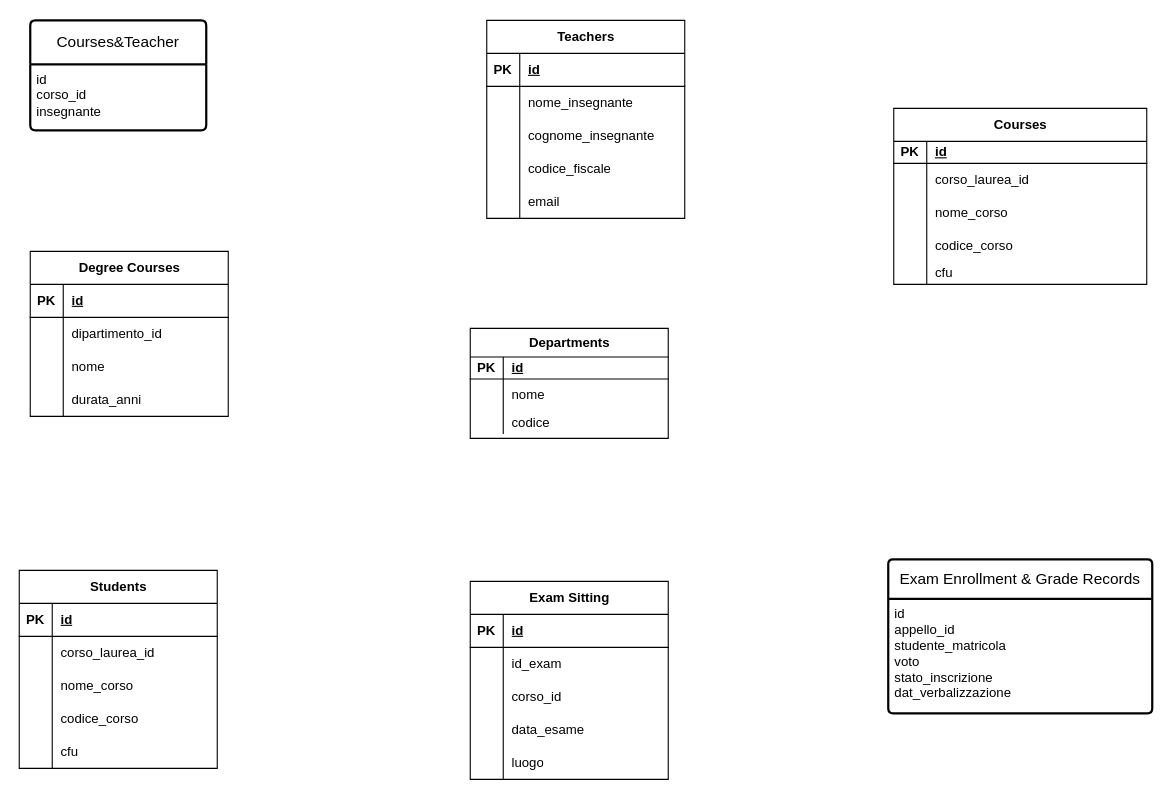
This is ER.drawio from GianniVita/db-university, a draw.io file, before an edit. Source tidied: cells renumbered, new cells numbered last; positions are measured from the earlier drawing's top-left corner, leaving out a move shared by most shapes. Both pictures are drawn from the tidied source at 110%, with x=0, y=0 at pixel (19, 20).
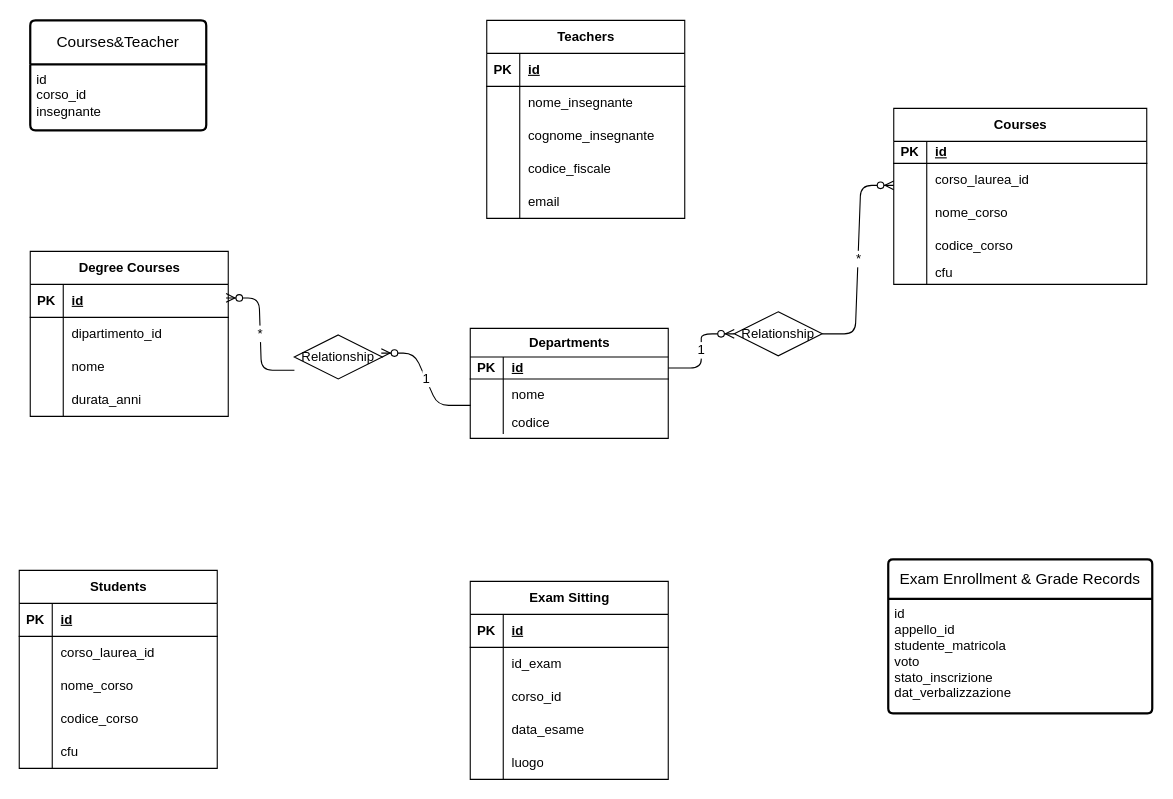
Above is the later version.

Commit message:
add relationships to ER diagram for improved database structure

Unchanged cells that the change refers to:
```xml
<mxCell id="3" style="shape=tableRow;horizontal=0;startSize=0;swimlaneHead=0;swimlaneBody=0;fillColor=none;points=[[0,0.5],[1,0.5]];portConstraint=eastwest;top=0;left=0;right=0;bottom=1;" parent="2" vertex="1">
  <mxGeometry y="26" width="180" height="20" as="geometry" />
</mxCell>
<mxCell id="6" style="shape=tableRow;horizontal=0;startSize=0;swimlaneHead=0;swimlaneBody=0;fillColor=none;points=[[0,0.5],[1,0.5]];portConstraint=eastwest;top=0;left=0;right=0;bottom=0;" parent="2" vertex="1">
  <mxGeometry y="46" width="180" height="30" as="geometry" />
</mxCell>
<mxCell id="13" style="shape=tableRow;horizontal=0;startSize=0;swimlaneHead=0;swimlaneBody=0;fillColor=none;points=[[0,0.5],[1,0.5]];portConstraint=eastwest;top=0;left=0;right=0;bottom=1;" parent="12" vertex="1">
  <mxGeometry y="30" width="180" height="30" as="geometry" />
</mxCell>
```

Diff of the diagram source:
```diff
@@
+    <mxCell id="93" value="*" style="edgeStyle=entityRelationEdgeStyle;fontSize=12;html=1;endArrow=ERzeroToMany;endFill=1;exitX=1;exitY=0.5;exitDx=0;exitDy=0;" parent="1" edge="1" source="95">
+      <mxGeometry relative="1" as="geometry">
+        <mxPoint x="795" y="150" as="targetPoint" />
+        <Array as="points">
+          <mxPoint x="895" y="70" />
+        </Array>
+      </mxGeometry>
+    </mxCell>
+    <mxCell id="94" value="1" style="edgeStyle=entityRelationEdgeStyle;fontSize=12;html=1;endArrow=ERzeroToMany;endFill=1;exitX=1;exitY=0.5;exitDx=0;exitDy=0;" parent="1" edge="1" source="3" target="95">
+      <mxGeometry relative="1" as="geometry" />
+    </mxCell>
+    <mxCell id="95" value="Relationship" style="shape=rhombus;perimeter=rhombusPerimeter;whiteSpace=wrap;html=1;align=center;" parent="1" vertex="1">
+      <mxGeometry x="650" y="265" width="80" height="40" as="geometry" />
+    </mxCell>
+    <mxCell id="96" value="*" style="edgeStyle=entityRelationEdgeStyle;fontSize=12;html=1;endArrow=ERzeroToMany;endFill=1;entryX=0.989;entryY=0.412;entryDx=0;entryDy=0;entryPerimeter=0;exitX=0.002;exitY=0.802;exitDx=0;exitDy=0;exitPerimeter=0;" parent="1" edge="1" source="98" target="13">
+      <mxGeometry relative="1" as="geometry" />
+    </mxCell>
+    <mxCell id="97" value="1" style="edgeStyle=entityRelationEdgeStyle;fontSize=12;html=1;endArrow=ERzeroToMany;endFill=1;entryX=0.989;entryY=0.412;entryDx=0;entryDy=0;entryPerimeter=0;exitX=0.002;exitY=0.802;exitDx=0;exitDy=0;exitPerimeter=0;" parent="1" edge="1" source="6" target="98">
+      <mxGeometry relative="1" as="geometry" />
+    </mxCell>
+    <mxCell id="98" value="Relationship" style="shape=rhombus;perimeter=rhombusPerimeter;whiteSpace=wrap;html=1;align=center;" parent="1" vertex="1">
+      <mxGeometry x="250" y="286" width="80" height="40" as="geometry" />
+    </mxCell>
```
